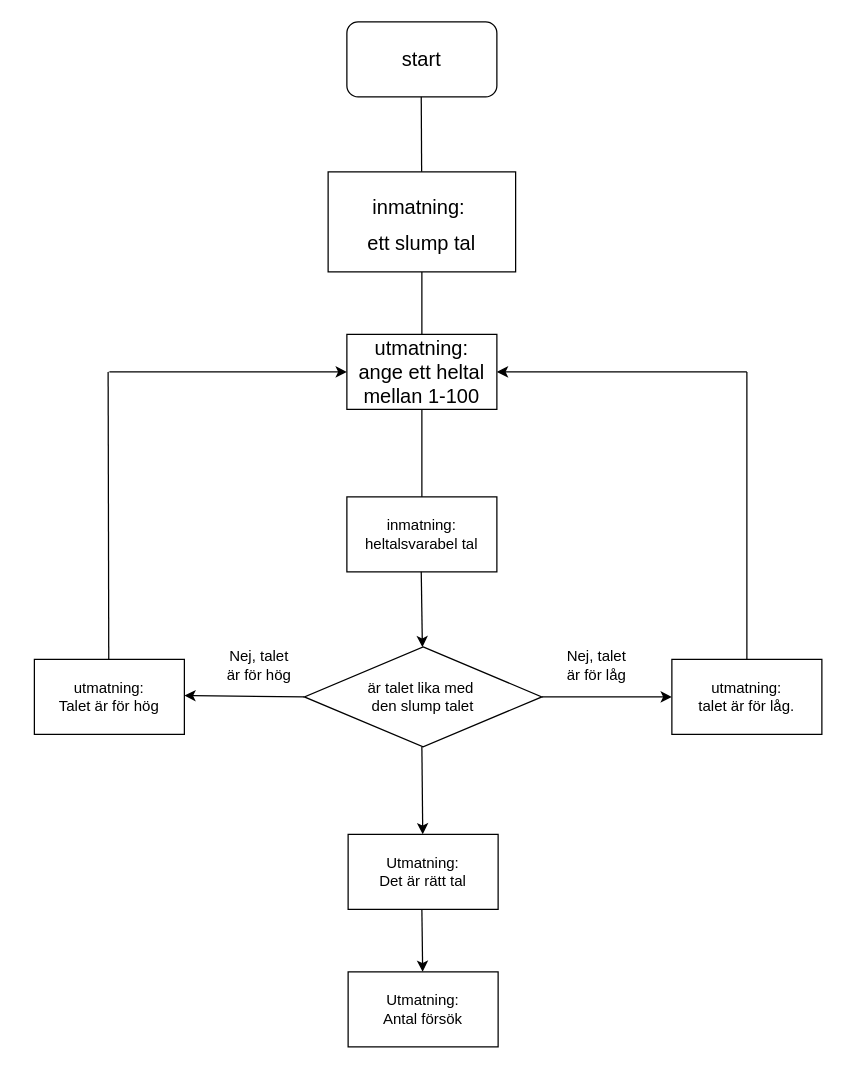
Before: Untitled Diagram.drawio in BaoLanNguyen/gissa-spel, a draw.io diagram. Source tidied: cells renumbered, new cells numbered last; positions are measured from the earlier drawing's top-left corner, leaving out a move shared by most shapes. Both pictures are drawn from the tidied source at 125%, with x=0, y=0 at pixel (34, 21).
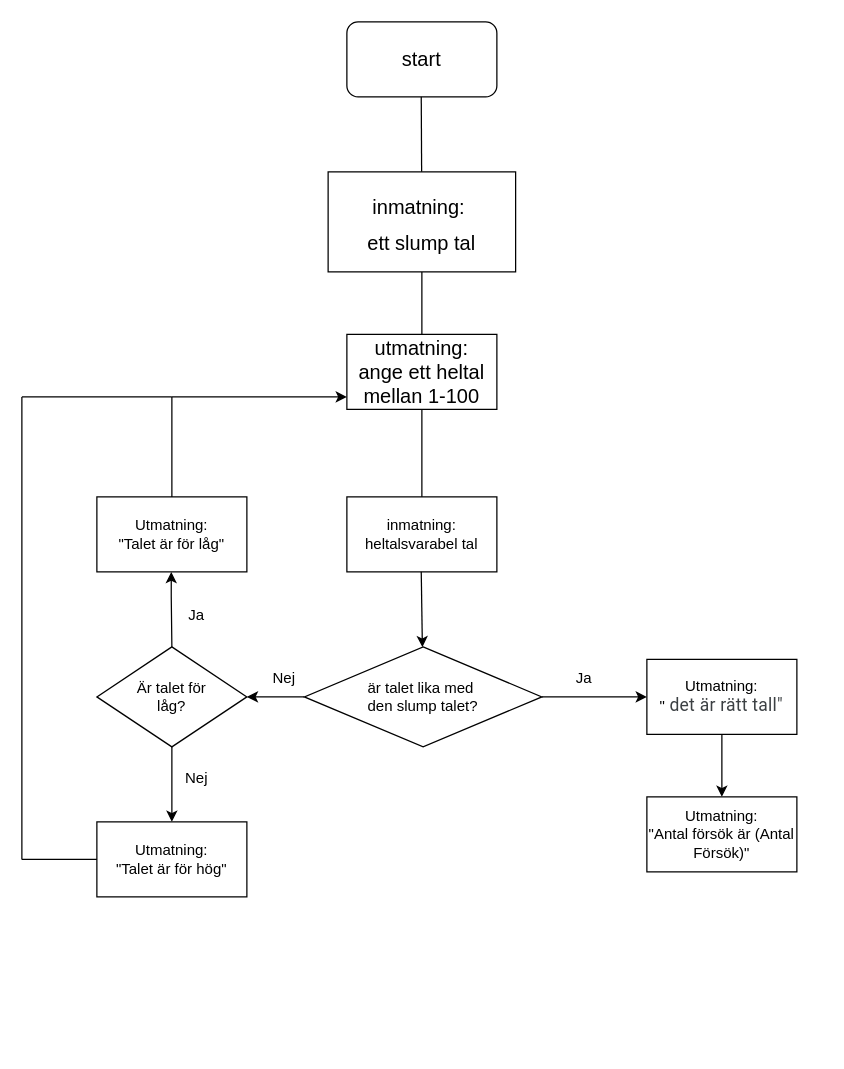
The same page after the edit.

The change refers to these unchanged cells:
```xml
<mxCell id="7" value="&lt;font size=&quot;3&quot;&gt;utmatning:&lt;br&gt;ange ett heltal mellan 1-100&lt;br&gt;&lt;/font&gt;" style="rounded=0;whiteSpace=wrap;html=1;fontSize=9;" parent="1" vertex="1">
  <mxGeometry x="250" y="250" width="120" height="60" as="geometry" />
</mxCell>
```

Diff of the diagram source:
```diff
@@
-    <mxCell id="11" value="är talet lika med&amp;nbsp;&lt;br&gt;den slump talet" style="rhombus;whiteSpace=wrap;html=1;fontSize=12;" parent="1" vertex="1">
+    <mxCell id="11" value="är talet lika med&amp;nbsp;&lt;br&gt;den slump talet?" style="rhombus;whiteSpace=wrap;html=1;fontSize=12;" parent="1" vertex="1">
       <mxGeometry x="216" y="500" width="190" height="80" as="geometry" />
     </mxCell>
-    <mxCell id="12" style="endArrow=classic;html=1;rounded=0;fontSize=12;" parent="1" edge="1" target="13">
-      <mxGeometry relative="1" as="geometry">
-        <mxPoint x="406" y="540" as="sourcePoint" />
-      </mxGeometry>
-    </mxCell>
-    <mxCell id="13" value="utmatning:&lt;br&gt;talet är för låg." style="rounded=0;whiteSpace=wrap;html=1;fontSize=12;" parent="1" vertex="1">
-      <mxGeometry x="510" y="510" width="120" height="60" as="geometry" />
-    </mxCell>
-    <mxCell id="14" value="Nej, talet är för låg" style="text;html=1;strokeColor=none;fillColor=none;align=center;verticalAlign=middle;whiteSpace=wrap;rounded=0;fontSize=12;" parent="1" vertex="1">
-      <mxGeometry x="420" y="500" width="60" height="30" as="geometry" />
-    </mxCell>
-    <mxCell id="15" style="endArrow=classic;html=1;rounded=0;fontSize=12;exitX=0;exitY=0.5;exitDx=0;exitDy=0;" parent="1" edge="1" source="11">
-      <mxGeometry relative="1" as="geometry">
-        <mxPoint x="120" y="539" as="targetPoint" />
-      </mxGeometry>
-    </mxCell>
-    <mxCell id="16" value="utmatning:&lt;br&gt;Talet är för hög" style="rounded=0;whiteSpace=wrap;html=1;fontSize=12;" parent="1" vertex="1">
-      <mxGeometry y="510" width="120" height="60" as="geometry" />
-    </mxCell>
-    <mxCell id="17" style="endArrow=classic;html=1;rounded=0;fontSize=12;" parent="1" edge="1" target="18">
-      <mxGeometry relative="1" as="geometry">
-        <mxPoint x="310" y="580" as="sourcePoint" />
-      </mxGeometry>
-    </mxCell>
-    <mxCell id="18" value="Utmatning:&lt;br&gt;Det är rätt tal" style="rounded=0;whiteSpace=wrap;html=1;fontSize=12;" parent="1" vertex="1">
-      <mxGeometry x="251" y="650" width="120" height="60" as="geometry" />
-    </mxCell>
-    <mxCell id="19" value="Nej, talet är för hög" style="text;html=1;strokeColor=none;fillColor=none;align=center;verticalAlign=middle;whiteSpace=wrap;rounded=0;fontSize=12;" parent="1" vertex="1">
-      <mxGeometry x="150" y="500" width="60" height="30" as="geometry" />
-    </mxCell>
-    <mxCell id="20" style="endArrow=classic;html=1;rounded=0;fontSize=12;" parent="1" edge="1" target="21">
-      <mxGeometry relative="1" as="geometry">
-        <mxPoint x="310" y="710" as="sourcePoint" />
-      </mxGeometry>
-    </mxCell>
-    <mxCell id="21" value="Utmatning:&lt;br&gt;Antal försök" style="rounded=0;whiteSpace=wrap;html=1;fontSize=12;" parent="1" vertex="1">
-      <mxGeometry x="251" y="760" width="120" height="60" as="geometry" />
-    </mxCell>
-    <mxCell id="22" style="endArrow=none;html=1;rounded=0;fontSize=12;" parent="1" edge="1">
-      <mxGeometry relative="1" as="geometry">
-        <mxPoint x="59.5" y="510" as="sourcePoint" />
-        <mxPoint x="59" y="280" as="targetPoint" />
-      </mxGeometry>
-    </mxCell>
-    <mxCell id="23" style="endArrow=classic;html=1;rounded=0;fontSize=12;entryX=0;entryY=0.5;entryDx=0;entryDy=0;" parent="1" edge="1" target="7">
-      <mxGeometry relative="1" as="geometry">
-        <mxPoint x="60" y="280" as="sourcePoint" />
-      </mxGeometry>
-    </mxCell>
-    <mxCell id="24" style="endArrow=none;html=1;rounded=0;fontSize=12;" parent="1" edge="1">
-      <mxGeometry relative="1" as="geometry">
-        <mxPoint x="570" y="510" as="sourcePoint" />
-        <mxPoint x="570" y="280" as="targetPoint" />
-      </mxGeometry>
-    </mxCell>
-    <mxCell id="25" style="endArrow=classic;html=1;rounded=0;fontSize=12;entryX=1;entryY=0.5;entryDx=0;entryDy=0;" parent="1" edge="1" target="7">
-      <mxGeometry relative="1" as="geometry">
-        <mxPoint x="570" y="280" as="sourcePoint" />
-      </mxGeometry>
-    </mxCell>
+    <mxCell id="26" style="endArrow=classic;html=1;rounded=0;" parent="1" edge="1">
+      <mxGeometry relative="1" as="geometry">
+        <mxPoint x="216" y="540" as="sourcePoint" />
+        <mxPoint x="170" y="540" as="targetPoint" />
+      </mxGeometry>
+    </mxCell>
+    <mxCell id="27" value="Nej" style="text;html=1;strokeColor=none;fillColor=none;align=center;verticalAlign=middle;whiteSpace=wrap;rounded=0;" parent="1" vertex="1">
+      <mxGeometry x="170" y="510" width="60" height="30" as="geometry" />
+    </mxCell>
+    <mxCell id="28" value="Är talet för&lt;br&gt;låg?" style="rhombus;whiteSpace=wrap;html=1;" parent="1" vertex="1">
+      <mxGeometry x="50" y="500" width="120" height="80" as="geometry" />
+    </mxCell>
+    <mxCell id="29" style="endArrow=classic;html=1;rounded=0;" parent="1" edge="1">
+      <mxGeometry relative="1" as="geometry">
+        <mxPoint x="110" y="500" as="sourcePoint" />
+        <mxPoint x="109.5" y="440" as="targetPoint" />
+        <Array as="points">
+          <mxPoint x="109.5" y="460" />
+        </Array>
+      </mxGeometry>
+    </mxCell>
+    <mxCell id="30" value="Ja" style="text;html=1;strokeColor=none;fillColor=none;align=center;verticalAlign=middle;whiteSpace=wrap;rounded=0;" parent="1" vertex="1">
+      <mxGeometry x="100" y="460" width="60" height="30" as="geometry" />
+    </mxCell>
+    <mxCell id="31" value="Utmatning:&lt;br&gt;&quot;Talet är för låg&quot;" style="rounded=0;whiteSpace=wrap;html=1;" parent="1" vertex="1">
+      <mxGeometry x="50" y="380" width="120" height="60" as="geometry" />
+    </mxCell>
+    <mxCell id="32" style="endArrow=none;html=1;rounded=0;" parent="1" edge="1">
+      <mxGeometry relative="1" as="geometry">
+        <mxPoint x="110" y="380" as="sourcePoint" />
+        <mxPoint x="110" y="300" as="targetPoint" />
+      </mxGeometry>
+    </mxCell>
+    <mxCell id="33" style="endArrow=classic;html=1;rounded=0;" parent="1" edge="1">
+      <mxGeometry relative="1" as="geometry">
+        <mxPoint x="110" y="300" as="sourcePoint" />
+        <mxPoint x="250" y="300" as="targetPoint" />
+      </mxGeometry>
+    </mxCell>
+    <mxCell id="34" style="endArrow=classic;html=1;rounded=0;" parent="1" edge="1">
+      <mxGeometry relative="1" as="geometry">
+        <mxPoint x="110" y="580" as="sourcePoint" />
+        <mxPoint x="110" y="640" as="targetPoint" />
+      </mxGeometry>
+    </mxCell>
+    <mxCell id="35" value="Nej" style="text;html=1;strokeColor=none;fillColor=none;align=center;verticalAlign=middle;whiteSpace=wrap;rounded=0;" parent="1" vertex="1">
+      <mxGeometry x="100" y="590" width="60" height="30" as="geometry" />
+    </mxCell>
+    <mxCell id="36" value="Utmatning:&lt;br&gt;&quot;Talet är för hög&quot;" style="rounded=0;whiteSpace=wrap;html=1;" parent="1" vertex="1">
+      <mxGeometry x="50" y="640" width="120" height="60" as="geometry" />
+    </mxCell>
+    <mxCell id="37" style="endArrow=none;html=1;rounded=0;" parent="1" edge="1">
+      <mxGeometry relative="1" as="geometry">
+        <mxPoint x="50" y="670" as="sourcePoint" />
+        <mxPoint x="-10" y="670" as="targetPoint" />
+      </mxGeometry>
+    </mxCell>
+    <mxCell id="38" style="endArrow=none;html=1;rounded=0;" parent="1" edge="1">
+      <mxGeometry relative="1" as="geometry">
+        <mxPoint x="-10" y="670" as="sourcePoint" />
+        <mxPoint x="-10" y="300" as="targetPoint" />
+      </mxGeometry>
+    </mxCell>
+    <mxCell id="39" style="endArrow=none;html=1;rounded=0;" parent="1" edge="1">
+      <mxGeometry relative="1" as="geometry">
+        <mxPoint x="-10" y="300" as="sourcePoint" />
+        <mxPoint x="110" y="300" as="targetPoint" />
+      </mxGeometry>
+    </mxCell>
+    <mxCell id="40" style="endArrow=classic;html=1;rounded=0;" parent="1" edge="1">
+      <mxGeometry relative="1" as="geometry">
+        <mxPoint x="406" y="540" as="sourcePoint" />
+        <mxPoint x="490" y="540" as="targetPoint" />
+      </mxGeometry>
+    </mxCell>
+    <mxCell id="41" value="Ja" style="text;html=1;strokeColor=none;fillColor=none;align=center;verticalAlign=middle;whiteSpace=wrap;rounded=0;" parent="1" vertex="1">
+      <mxGeometry x="410" y="510" width="60" height="30" as="geometry" />
+    </mxCell>
+    <mxCell id="42" value="Utmatning:&lt;br&gt;&quot;&lt;span style=&quot;color: rgb(60 , 64 , 67) ; font-family: &amp;#34;roboto&amp;#34; , &amp;#34;arial&amp;#34; , sans-serif ; font-size: 14px ; letter-spacing: 0.2px&quot;&gt;&amp;nbsp;det är rätt tall&quot;&lt;/span&gt;" style="rounded=0;whiteSpace=wrap;html=1;" parent="1" vertex="1">
+      <mxGeometry x="490" y="510" width="120" height="60" as="geometry" />
+    </mxCell>
+    <mxCell id="43" style="endArrow=classic;html=1;rounded=0;" parent="1" edge="1" target="44">
+      <mxGeometry relative="1" as="geometry">
+        <mxPoint x="550" y="570" as="sourcePoint" />
+      </mxGeometry>
+    </mxCell>
+    <mxCell id="44" value="Utmatning:&lt;br&gt;&quot;Antal försök är (Antal Försök)&quot;" style="rounded=0;whiteSpace=wrap;html=1;" parent="1" vertex="1">
+      <mxGeometry x="490" y="620" width="120" height="60" as="geometry" />
+    </mxCell>
```
